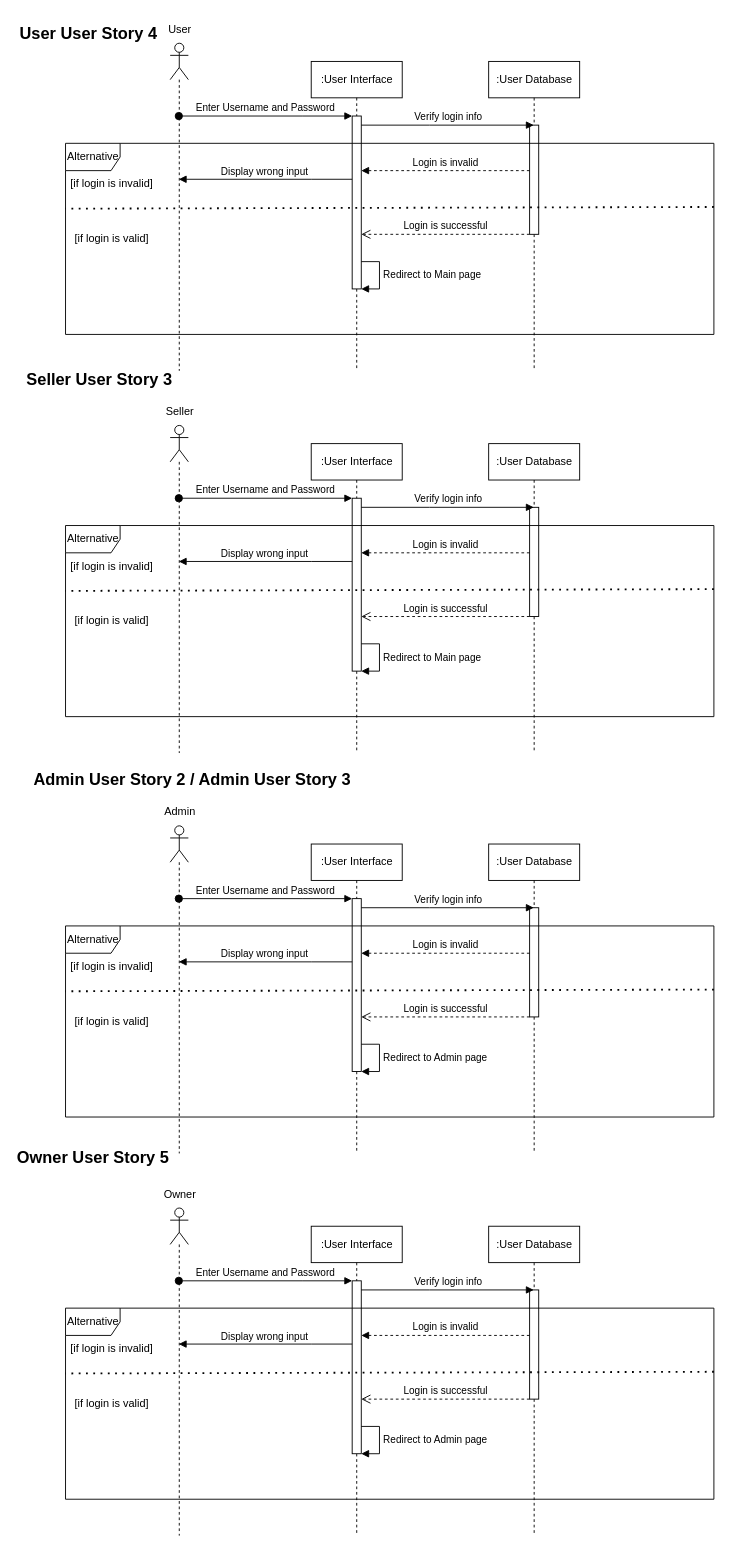
adl409/SE-project-Group-5 keeps this draw.io diagram as Login Sequence Diagram.drawio. Above is the earlier version. Source tidied: cells renumbered, new cells numbered last; positions are measured from the earlier drawing's top-left corner, leaving out a move shared by most shapes. Both pictures are drawn from the tidied source at 91%, with x=0, y=0 at pixel (15, 15).
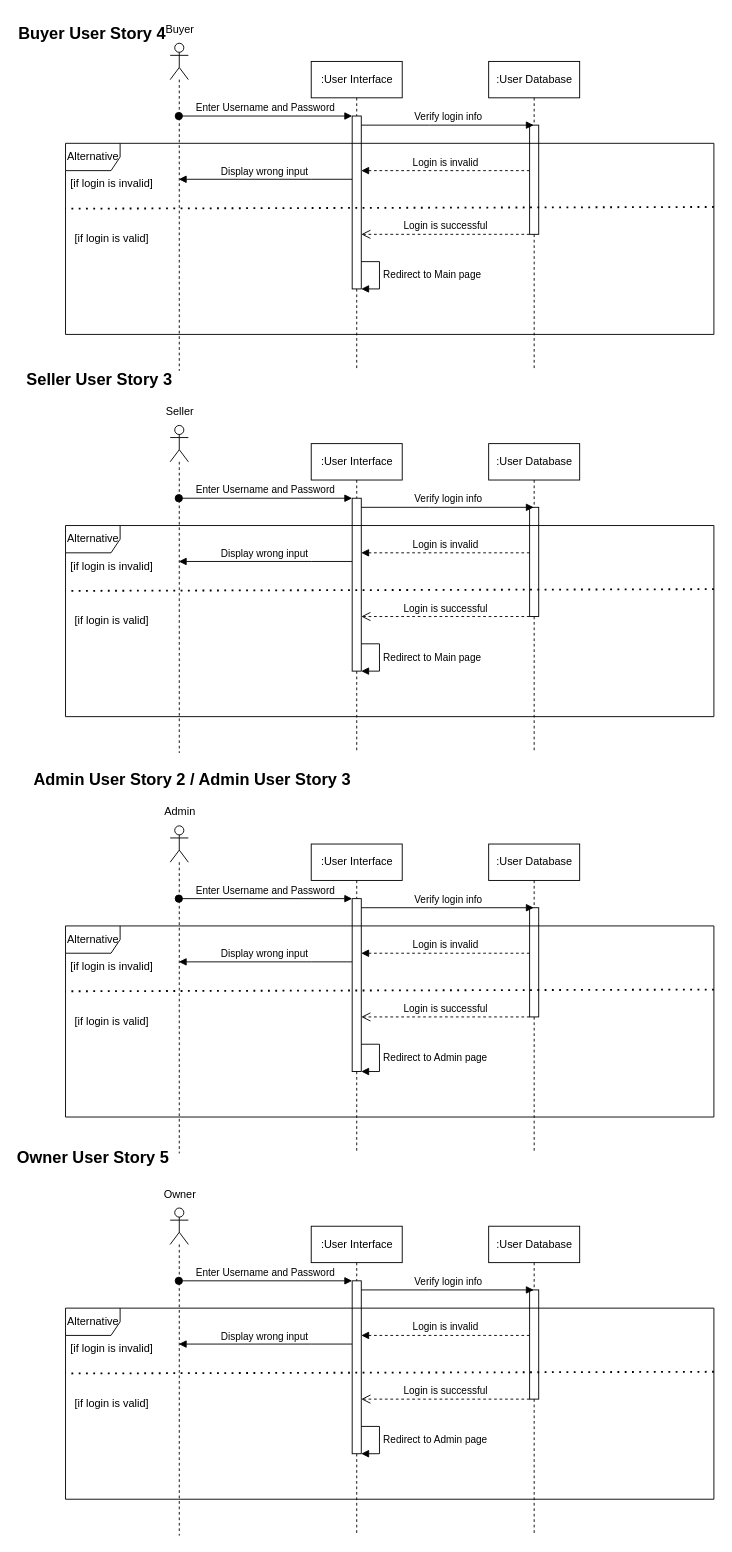
Above is the later version.

Diff of the diagram source:
```diff
@@
-    <mxCell id="9" value="User" style="text;html=1;align=center;verticalAlign=middle;strokeColor=none;fillColor=none;" parent="1" vertex="1">
+    <mxCell id="9" value="Buyer" style="text;html=1;align=center;verticalAlign=middle;strokeColor=none;fillColor=none;" parent="1" vertex="1">
       <mxGeometry x="155.5" width="50" height="30" as="geometry" />
     </mxCell>
@@
-    <mxCell id="18" value="&lt;font style=&quot;font-size: 18px;&quot;&gt;User User Story 4&lt;/font&gt;" style="text;strokeColor=none;align=center;fillColor=none;html=1;verticalAlign=middle;whiteSpace=wrap;rounded=0;fontStyle=1;" parent="1" vertex="1">
-      <mxGeometry x="0.5" y="10" width="160" height="20" as="geometry" />
+    <mxCell id="18" value="&lt;font style=&quot;font-size: 18px;&quot;&gt;Buyer User Story 4&lt;/font&gt;" style="text;strokeColor=none;align=center;fillColor=none;html=1;verticalAlign=middle;whiteSpace=wrap;rounded=0;fontStyle=1;" parent="1" vertex="1">
+      <mxGeometry x="0.5" y="10" width="167.5" height="20" as="geometry" />
     </mxCell>
```
